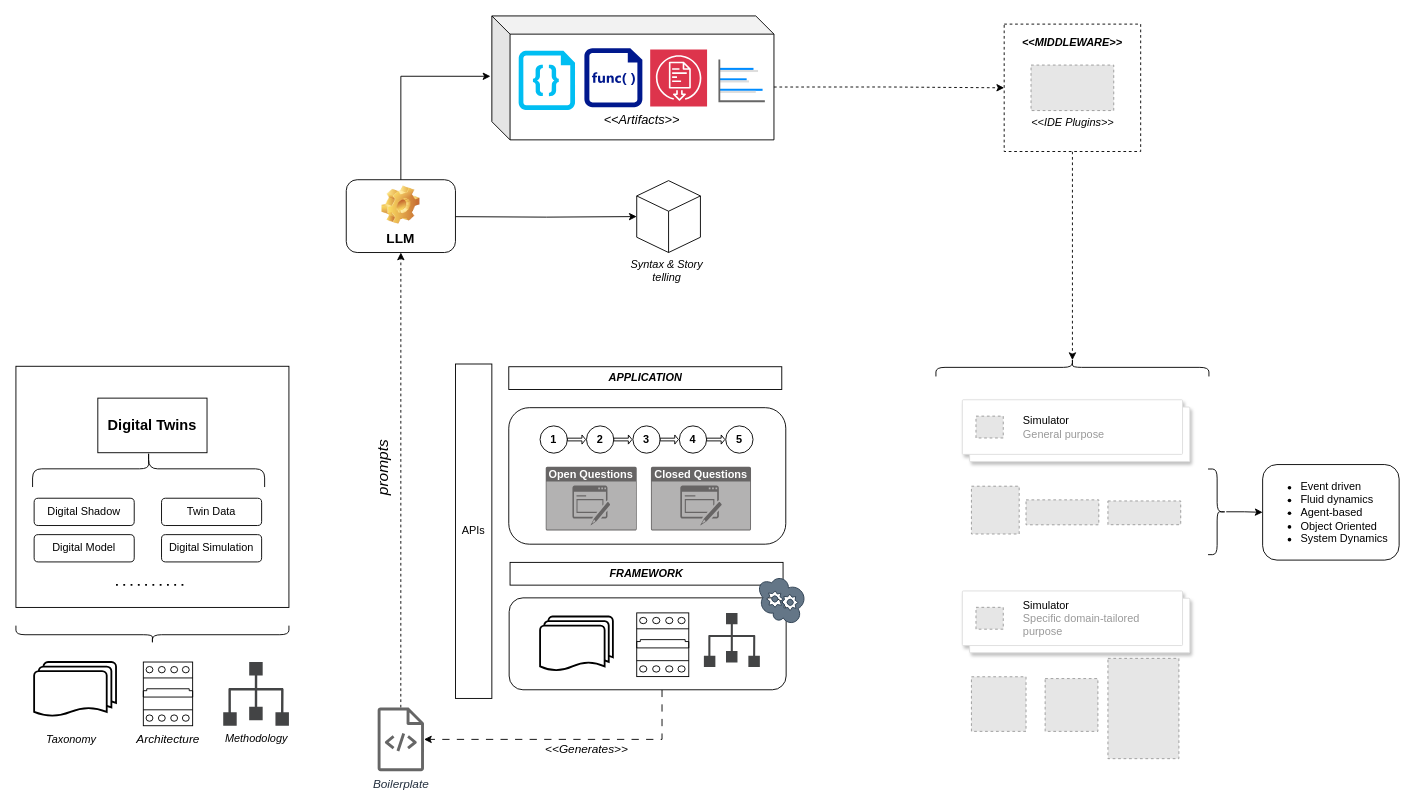
Before: drawio/mams/dd-twins/DDTwins_Architecture.drawio in scrodrig/Diagrams, a draw.io diagram. Source tidied: cells renumbered, new cells numbered last; positions are measured from the earlier drawing's top-left corner, leaving out a move shared by most shapes. Both pictures are drawn from the tidied source at 91%, with x=0, y=0 at pixel (15, 15). Pictures stored in the file or linked from it are replaced by grey dashed boxes.
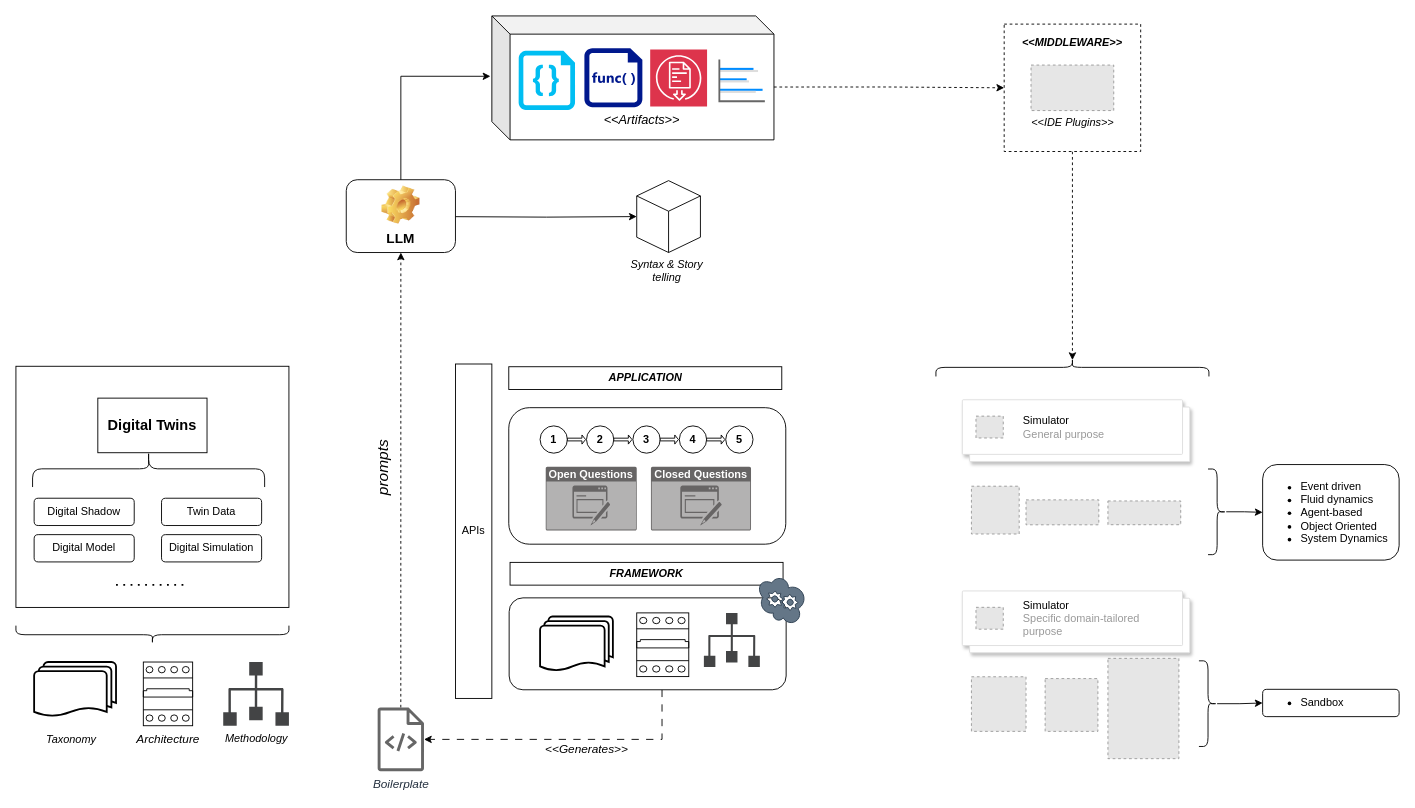
Above is the later version.

Commit message:
Add sandbox layer

The edit, as a diff of the source:
```diff
@@
+    <mxCell id="72" style="edgeStyle=orthogonalEdgeStyle;rounded=0;jettySize=auto;html=1;" parent="1" edge="1" source="73" target="74">
+      <mxGeometry relative="1" as="geometry" />
+    </mxCell>
+    <mxCell id="73" style="shape=curlyBracket;whiteSpace=wrap;html=1;rounded=1;flipH=1;labelPosition=right;verticalLabelPosition=middle;align=left;verticalAlign=middle;rotation=0;size=0.5;" parent="1" vertex="1">
+      <mxGeometry x="1300" y="708.7" width="20" height="94.1" as="geometry" />
+    </mxCell>
+    <mxCell id="74" value="&lt;ul&gt;&lt;li&gt;Sandbox&lt;/li&gt;&lt;/ul&gt;" style="whiteSpace=wrap;html=1;align=left;rounded=1;" parent="1" vertex="1">
+      <mxGeometry x="1370" y="740" width="150" height="30" as="geometry" />
+    </mxCell>
```
